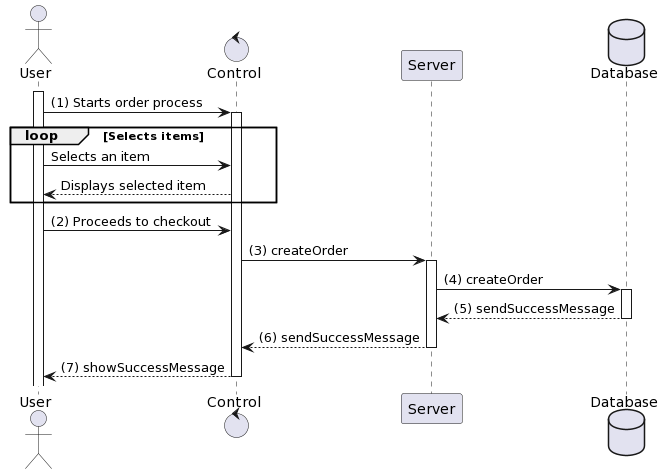
The PlantUML diagram Lab 1/Lab 1.2/sequence_diagram/order_management/create_order.png in H1eu69/SE357-Pratice-class, before a commit. Source of this version:
```plantuml
@startuml
actor User
control "Control" as C
participant "Server" as S
database Database

activate User
User -> C: (1) Starts order process
activate C
loop Selects items
    User -> C: Selects an item
    C --> User: Displays selected item
end
User -> C: (2) Proceeds to checkout
C -> S: (3) createOrder
activate S
S -> Database: (4) createOrder
activate Database
Database --> S: (5) sendSuccessMessage
deactivate Database
S --> C: (6) sendSuccessMessage
deactivate S
C --> User: (7) showSuccessMessage
deactivate C
@enduml
```
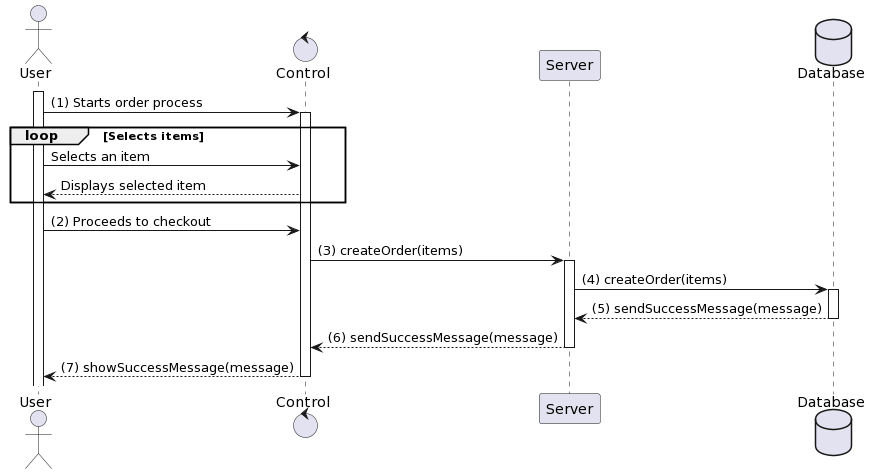
After the commit.

Change to the diagram source:
```diff
@@ -12,14 +12,14 @@
     C --> User: Displays selected item
 end
 User -> C: (2) Proceeds to checkout
-C -> S: (3) createOrder
+C -> S: (3) createOrder(items)
 activate S
-S -> Database: (4) createOrder
+S -> Database: (4) createOrder(items)
 activate Database
-Database --> S: (5) sendSuccessMessage
+Database --> S: (5) sendSuccessMessage(message)
 deactivate Database
-S --> C: (6) sendSuccessMessage
+S --> C: (6) sendSuccessMessage(message)
 deactivate S
-C --> User: (7) showSuccessMessage
+C --> User: (7) showSuccessMessage(message)
 deactivate C
 @enduml
```
